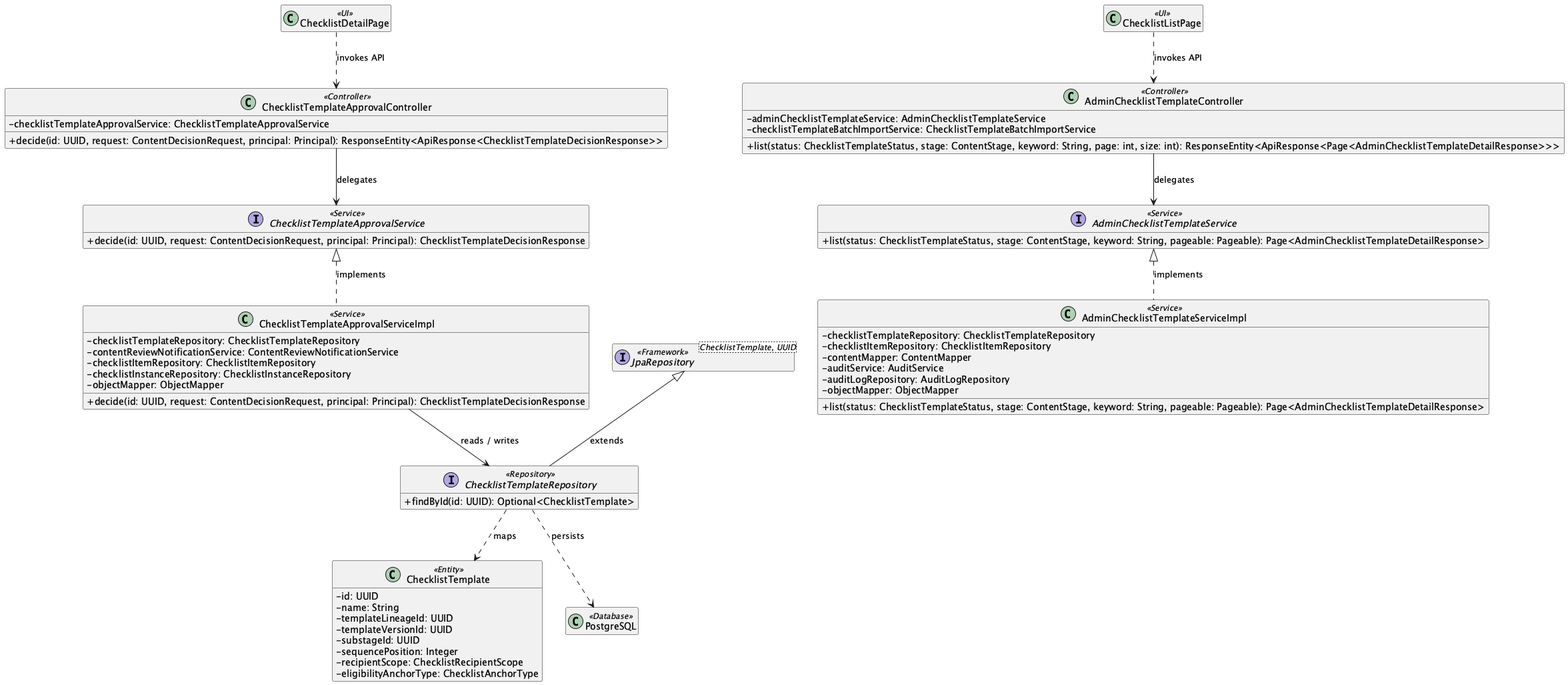
Before: 03_Design/Detailed_Design/MF09_Content_Hub/images/03_Checklist_Template_Versioning_and_Runtime_Distribution_ClassDiagram.png, a diagram exported from PlantUML (ChuongBDHE172784/CareBridge_SEP490_G79). Its diagram source:
```plantuml
@startuml
skinparam classAttributeIconSize 0
hide empty members

class "ChecklistDetailPage" as UIChecklistDetailPage <<UI>>
class "ChecklistListPage" as UIChecklistListPage <<UI>>
class "AdminChecklistTemplateController" as ControllerAdminChecklistTemplateController <<Controller>> {
  - adminChecklistTemplateService: AdminChecklistTemplateService
  - checklistTemplateBatchImportService: ChecklistTemplateBatchImportService
  + list(status: ChecklistTemplateStatus, stage: ContentStage, keyword: String, page: int, size: int): ResponseEntity<ApiResponse<Page<AdminChecklistTemplateDetailResponse>>>
}
class "ChecklistTemplateApprovalController" as ControllerChecklistTemplateApprovalController <<Controller>> {
  - checklistTemplateApprovalService: ChecklistTemplateApprovalService
  + decide(id: UUID, request: ContentDecisionRequest, principal: Principal): ResponseEntity<ApiResponse<ChecklistTemplateDecisionResponse>>
}
interface "AdminChecklistTemplateService" as ServiceContractAdminChecklistTemplateService <<Service>> {
  + list(status: ChecklistTemplateStatus, stage: ContentStage, keyword: String, pageable: Pageable): Page<AdminChecklistTemplateDetailResponse>
}
class "AdminChecklistTemplateServiceImpl" as ServiceAdminChecklistTemplateServiceImpl <<Service>> {
  - checklistTemplateRepository: ChecklistTemplateRepository
  - checklistItemRepository: ChecklistItemRepository
  - contentMapper: ContentMapper
  - auditService: AuditService
  - auditLogRepository: AuditLogRepository
  - objectMapper: ObjectMapper
  + list(status: ChecklistTemplateStatus, stage: ContentStage, keyword: String, pageable: Pageable): Page<AdminChecklistTemplateDetailResponse>
}
ServiceContractAdminChecklistTemplateService <|.. ServiceAdminChecklistTemplateServiceImpl : implements
interface "ChecklistTemplateApprovalService" as ServiceContractChecklistTemplateApprovalService <<Service>> {
  + decide(id: UUID, request: ContentDecisionRequest, principal: Principal): ChecklistTemplateDecisionResponse
}
class "ChecklistTemplateApprovalServiceImpl" as ServiceChecklistTemplateApprovalServiceImpl <<Service>> {
  - checklistTemplateRepository: ChecklistTemplateRepository
  - contentReviewNotificationService: ContentReviewNotificationService
  - checklistItemRepository: ChecklistItemRepository
  - checklistInstanceRepository: ChecklistInstanceRepository
  - objectMapper: ObjectMapper
  + decide(id: UUID, request: ContentDecisionRequest, principal: Principal): ChecklistTemplateDecisionResponse
}
ServiceContractChecklistTemplateApprovalService <|.. ServiceChecklistTemplateApprovalServiceImpl : implements
interface "ChecklistTemplateRepository" as RepositoryChecklistTemplateRepository <<Repository>> {
  + findById(id: UUID): Optional<ChecklistTemplate>
}
class "ChecklistTemplate" as EntityChecklistTemplate <<Entity>> {
  - id: UUID
  - name: String
  - templateLineageId: UUID
  - templateVersionId: UUID
  - substageId: UUID
  - sequencePosition: Integer
  - recipientScope: ChecklistRecipientScope
  - eligibilityAnchorType: ChecklistAnchorType
}
interface "JpaRepository<ChecklistTemplate, UUID>" as RepositoryBaseChecklistTemplateRepository <<Framework>>
RepositoryBaseChecklistTemplateRepository <|-- RepositoryChecklistTemplateRepository : extends
class "PostgreSQL" as DB <<Database>>
UIChecklistDetailPage ..> ControllerChecklistTemplateApprovalController : invokes API
UIChecklistListPage ..> ControllerAdminChecklistTemplateController : invokes API
ControllerAdminChecklistTemplateController --> ServiceContractAdminChecklistTemplateService : delegates
ControllerChecklistTemplateApprovalController --> ServiceContractChecklistTemplateApprovalService : delegates
ServiceChecklistTemplateApprovalServiceImpl --> RepositoryChecklistTemplateRepository : reads / writes
RepositoryChecklistTemplateRepository ..> EntityChecklistTemplate : maps
RepositoryChecklistTemplateRepository ..> DB : persists
@enduml
```
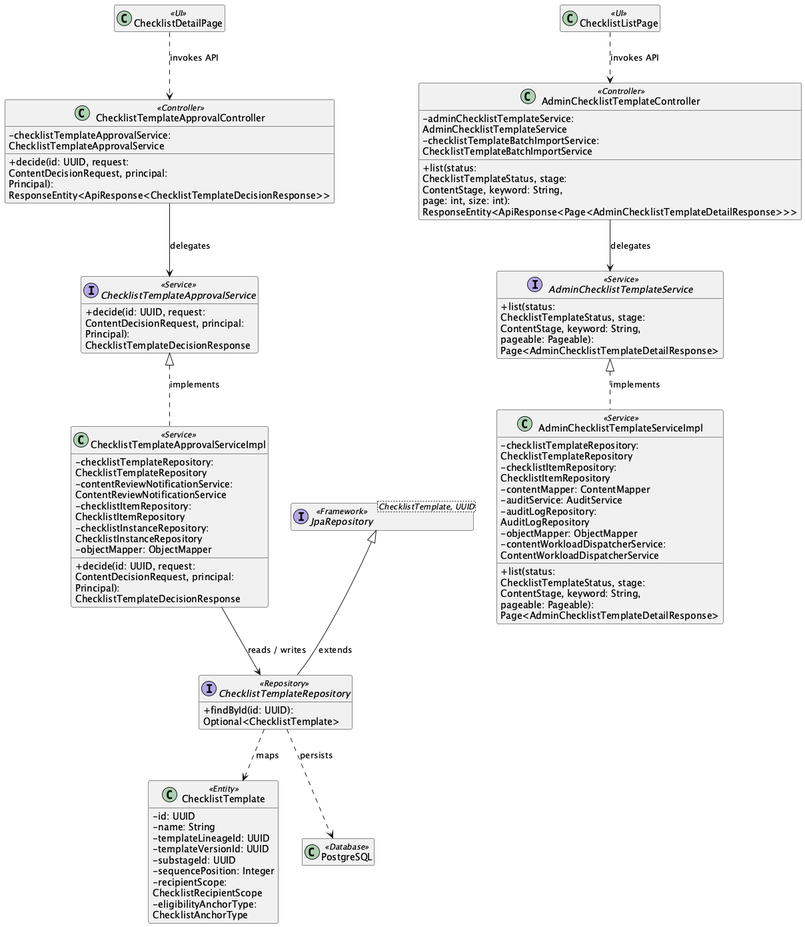
After the commit.

Change to the diagram source:
```diff
@@ -1,5 +1,6 @@
-@startuml
+@startuml ClassDiagram_03ChecklistTemplateVersioningandRuntimeDistribution
 skinparam classAttributeIconSize 0
+skinparam wrapWidth 250
 hide empty members
 
 class "ChecklistDetailPage" as UIChecklistDetailPage <<UI>>
@@ -23,6 +24,7 @@
   - auditService: AuditService
   - auditLogRepository: AuditLogRepository
   - objectMapper: ObjectMapper
+  - contentWorkloadDispatcherService: ContentWorkloadDispatcherService
   + list(status: ChecklistTemplateStatus, stage: ContentStage, keyword: String, pageable: Pageable): Page<AdminChecklistTemplateDetailResponse>
 }
 ServiceContractAdminChecklistTemplateService <|.. ServiceAdminChecklistTemplateServiceImpl : implements
```
